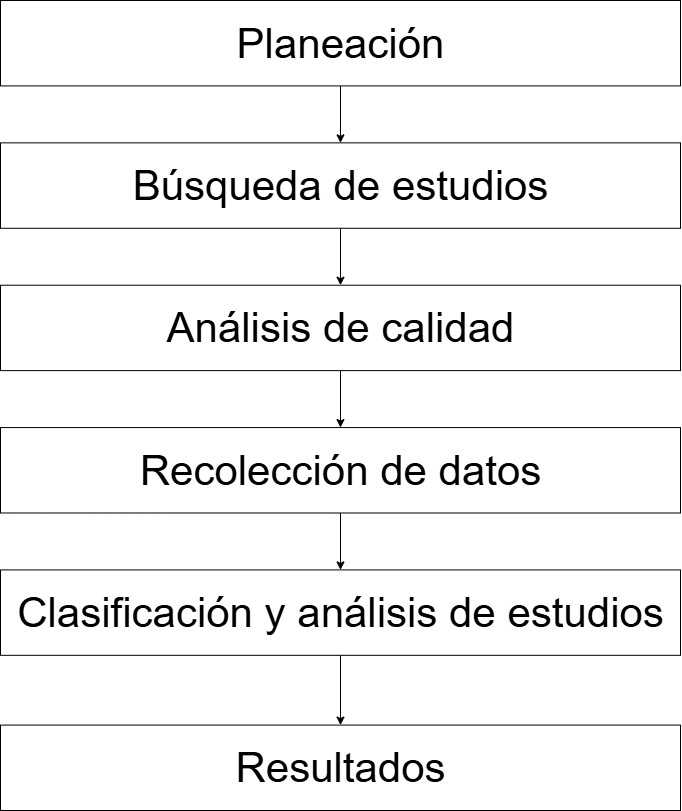
This is resources/figures/sms-Etapas.drawio.png from JuanEstebanOsma1012/htc-sms, a draw.io export, as it was before one commit. Source tidied: cells renumbered, new cells last; positions are measured from the earlier drawing's top-left corner, leaving out a move shared by most shapes. The source it was exported from:
```xml
<mxGraphModel>
  <root>
    <mxCell id="0" />
    <mxCell id="1" parent="0" />
    <mxCell id="2" style="group;fontSize=42;" parent="1" vertex="1">
      <mxGeometry width="680" height="810" as="geometry" />
    </mxCell>
    <mxCell id="3" style="edgeStyle=orthogonalEdgeStyle;rounded=0;jettySize=auto;html=1;fontSize=42;" parent="2" edge="1" source="4" target="6">
      <mxGeometry relative="1" as="geometry" />
    </mxCell>
    <mxCell id="4" value="Planeación" style="rounded=0;whiteSpace=wrap;html=1;fontSize=42;" parent="2" vertex="1">
      <mxGeometry width="680" height="85.4" as="geometry" />
    </mxCell>
    <mxCell id="5" style="edgeStyle=orthogonalEdgeStyle;rounded=0;jettySize=auto;html=1;fontSize=42;" parent="2" edge="1" source="6" target="8">
      <mxGeometry relative="1" as="geometry" />
    </mxCell>
    <mxCell id="6" value="Búsqueda de estudios" style="rounded=0;whiteSpace=wrap;html=1;fontSize=42;" parent="2" vertex="1">
      <mxGeometry y="142.4" width="680" height="85.4" as="geometry" />
    </mxCell>
    <mxCell id="7" style="edgeStyle=orthogonalEdgeStyle;rounded=0;jettySize=auto;html=1;fontSize=42;" parent="2" edge="1" source="8" target="10">
      <mxGeometry relative="1" as="geometry" />
    </mxCell>
    <mxCell id="8" value="Análisis de calidad" style="rounded=0;whiteSpace=wrap;html=1;fontSize=42;" parent="2" vertex="1">
      <mxGeometry y="284.7" width="680" height="85.4" as="geometry" />
    </mxCell>
    <mxCell id="9" style="edgeStyle=orthogonalEdgeStyle;rounded=0;jettySize=auto;html=1;fontSize=42;" parent="2" edge="1" source="10" target="12">
      <mxGeometry relative="1" as="geometry" />
    </mxCell>
    <mxCell id="10" value="Recolección de datos" style="rounded=0;whiteSpace=wrap;html=1;fontSize=42;" parent="2" vertex="1">
      <mxGeometry y="427.1" width="680" height="85.4" as="geometry" />
    </mxCell>
    <mxCell id="11" style="edgeStyle=orthogonalEdgeStyle;rounded=0;jettySize=auto;html=1;fontSize=42;" parent="2" edge="1" source="12" target="13">
      <mxGeometry relative="1" as="geometry" />
    </mxCell>
    <mxCell id="12" value="Clasificación y análisis de estudios" style="rounded=0;whiteSpace=wrap;html=1;fontSize=42;" parent="2" vertex="1">
      <mxGeometry y="569.4" width="680" height="85.4" as="geometry" />
    </mxCell>
    <mxCell id="13" value="Resultados" style="rounded=0;whiteSpace=wrap;html=1;fontSize=42;" parent="2" vertex="1">
      <mxGeometry y="724.6" width="680" height="85.4" as="geometry" />
    </mxCell>
  </root>
</mxGraphModel>
```
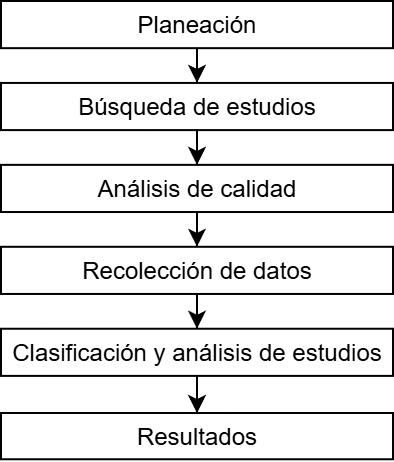
Later version of the same file.

Commit message:
Label for section 4 added and some figures

Change to the diagram source:
```diff
@@ -2,41 +2,38 @@
   <root>
     <mxCell id="0" />
     <mxCell id="1" parent="0" />
-    <mxCell id="2" style="group;fontSize=42;" parent="1" vertex="1">
-      <mxGeometry width="680" height="810" as="geometry" />
-    </mxCell>
-    <mxCell id="3" style="edgeStyle=orthogonalEdgeStyle;rounded=0;jettySize=auto;html=1;fontSize=42;" parent="2" edge="1" source="4" target="6">
+    <mxCell id="3" style="edgeStyle=orthogonalEdgeStyle;rounded=0;jettySize=auto;html=1;fontSize=15;" parent="1" edge="1" source="4" target="6">
       <mxGeometry relative="1" as="geometry" />
     </mxCell>
-    <mxCell id="4" value="Planeación" style="rounded=0;whiteSpace=wrap;html=1;fontSize=42;" parent="2" vertex="1">
-      <mxGeometry width="680" height="85.4" as="geometry" />
+    <mxCell id="4" value="Planeación" style="rounded=0;whiteSpace=wrap;html=1;fontSize=12;" parent="1" vertex="1">
+      <mxGeometry x="-36" y="-130" width="196" height="23.6" as="geometry" />
     </mxCell>
-    <mxCell id="5" style="edgeStyle=orthogonalEdgeStyle;rounded=0;jettySize=auto;html=1;fontSize=42;" parent="2" edge="1" source="6" target="8">
+    <mxCell id="5" style="edgeStyle=orthogonalEdgeStyle;rounded=0;jettySize=auto;html=1;fontSize=15;" parent="1" edge="1" source="6" target="8">
       <mxGeometry relative="1" as="geometry" />
     </mxCell>
-    <mxCell id="6" value="Búsqueda de estudios" style="rounded=0;whiteSpace=wrap;html=1;fontSize=42;" parent="2" vertex="1">
-      <mxGeometry y="142.4" width="680" height="85.4" as="geometry" />
+    <mxCell id="6" value="Búsqueda de estudios" style="rounded=0;whiteSpace=wrap;html=1;fontSize=12;" parent="1" vertex="1">
+      <mxGeometry x="-36" y="-89" width="196" height="23.6" as="geometry" />
     </mxCell>
-    <mxCell id="7" style="edgeStyle=orthogonalEdgeStyle;rounded=0;jettySize=auto;html=1;fontSize=42;" parent="2" edge="1" source="8" target="10">
+    <mxCell id="7" style="edgeStyle=orthogonalEdgeStyle;rounded=0;jettySize=auto;html=1;fontSize=15;" parent="1" edge="1" source="8" target="10">
       <mxGeometry relative="1" as="geometry" />
     </mxCell>
-    <mxCell id="8" value="Análisis de calidad" style="rounded=0;whiteSpace=wrap;html=1;fontSize=42;" parent="2" vertex="1">
-      <mxGeometry y="284.7" width="680" height="85.4" as="geometry" />
+    <mxCell id="8" value="Análisis de calidad" style="rounded=0;whiteSpace=wrap;html=1;fontSize=12;" parent="1" vertex="1">
+      <mxGeometry x="-36" y="-48.1" width="196" height="23.6" as="geometry" />
     </mxCell>
-    <mxCell id="9" style="edgeStyle=orthogonalEdgeStyle;rounded=0;jettySize=auto;html=1;fontSize=42;" parent="2" edge="1" source="10" target="12">
+    <mxCell id="9" style="edgeStyle=orthogonalEdgeStyle;rounded=0;jettySize=auto;html=1;fontSize=15;" parent="1" edge="1" source="10" target="12">
       <mxGeometry relative="1" as="geometry" />
     </mxCell>
-    <mxCell id="10" value="Recolección de datos" style="rounded=0;whiteSpace=wrap;html=1;fontSize=42;" parent="2" vertex="1">
-      <mxGeometry y="427.1" width="680" height="85.4" as="geometry" />
+    <mxCell id="10" value="Recolección de datos" style="rounded=0;whiteSpace=wrap;html=1;fontSize=12;" parent="1" vertex="1">
+      <mxGeometry x="-36" y="-7.1" width="196" height="23.6" as="geometry" />
     </mxCell>
-    <mxCell id="11" style="edgeStyle=orthogonalEdgeStyle;rounded=0;jettySize=auto;html=1;fontSize=42;" parent="2" edge="1" source="12" target="13">
+    <mxCell id="11" style="edgeStyle=orthogonalEdgeStyle;rounded=0;jettySize=auto;html=1;fontSize=15;" parent="1" edge="1" source="12" target="13">
       <mxGeometry relative="1" as="geometry" />
     </mxCell>
-    <mxCell id="12" value="Clasificación y análisis de estudios" style="rounded=0;whiteSpace=wrap;html=1;fontSize=42;" parent="2" vertex="1">
-      <mxGeometry y="569.4" width="680" height="85.4" as="geometry" />
+    <mxCell id="12" value="Clasificación y análisis de estudios" style="rounded=0;whiteSpace=wrap;html=1;fontSize=12;" parent="1" vertex="1">
+      <mxGeometry x="-36" y="33.9" width="196" height="23.6" as="geometry" />
     </mxCell>
-    <mxCell id="13" value="Resultados" style="rounded=0;whiteSpace=wrap;html=1;fontSize=42;" parent="2" vertex="1">
-      <mxGeometry y="724.6" width="680" height="85.4" as="geometry" />
+    <mxCell id="13" value="Resultados" style="rounded=0;whiteSpace=wrap;html=1;fontSize=12;" parent="1" vertex="1">
+      <mxGeometry x="-36" y="76" width="196" height="23.1" as="geometry" />
     </mxCell>
   </root>
 </mxGraphModel>
```
